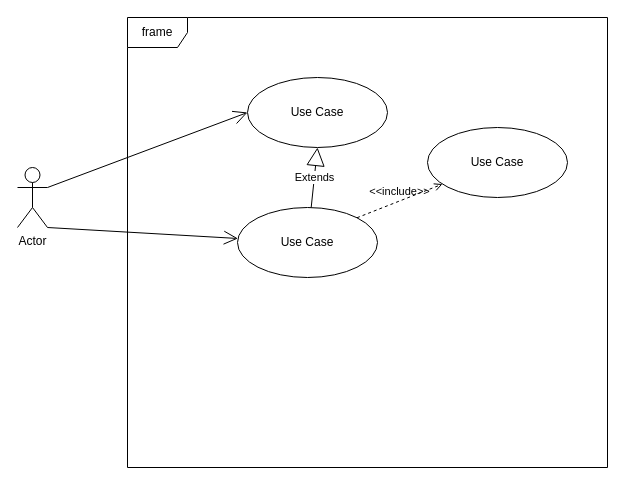
This is usecase/usercase_diagram.drawio from ManDev001/pfe_diagrams, a draw.io file, before an edit. Source tidied: cells renumbered, new cells numbered last; positions are measured from the earlier drawing's top-left corner, leaving out a move shared by most shapes. Both pictures are drawn from the tidied source at 100%, with x=0, y=0 at pixel (17, 17).
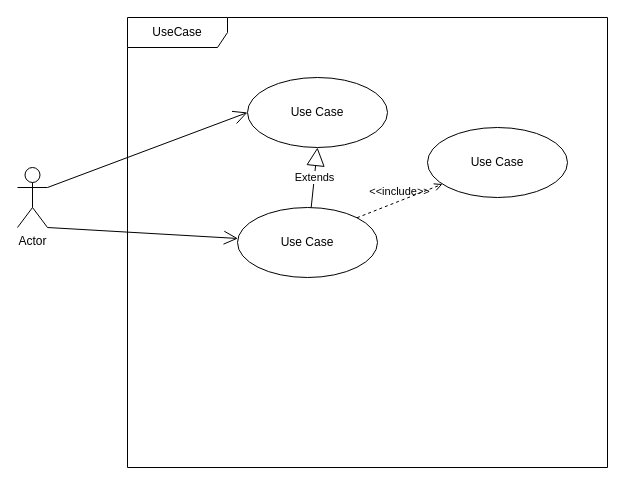
The same page after the edit.

The edit, as a diff of the source:
```diff
@@
 <mxGraphModel>
   <root>
     <mxCell id="0" />
     <mxCell id="1" parent="0" />
-    <mxCell id="2" value="frame" style="shape=umlFrame;whiteSpace=wrap;html=1;" parent="1" vertex="1">
+    <mxCell id="2" value="UseCase" style="shape=umlFrame;whiteSpace=wrap;html=1;width=100;height=30;" parent="1" vertex="1">
       <mxGeometry x="110" width="480" height="450" as="geometry" />
     </mxCell>
     <mxCell id="3" value="Actor" style="shape=umlActor;verticalLabelPosition=bottom;labelBackgroundColor=#ffffff;verticalAlign=top;html=1;outlineConnect=0;" parent="1" vertex="1">
       <mxGeometry y="150" width="30" height="60" as="geometry" />
     </mxCell>
     <mxCell id="4" value="Use Case" style="ellipse;whiteSpace=wrap;html=1;" parent="1" vertex="1">
       <mxGeometry x="230" y="60" width="140" height="70" as="geometry" />
     </mxCell>
     <mxCell id="5" value="Use Case" style="ellipse;whiteSpace=wrap;html=1;" parent="1" vertex="1">
       <mxGeometry x="220" y="190" width="140" height="70" as="geometry" />
     </mxCell>
     <mxCell id="6" style="endArrow=open;endFill=1;endSize=12;html=1;entryX=0;entryY=0.5;entryDx=0;entryDy=0;exitX=1;exitY=0.3333333333333333;exitDx=0;exitDy=0;exitPerimeter=0;" parent="1" edge="1" source="3" target="4">
       <mxGeometry relative="1" as="geometry" />
     </mxCell>
     <mxCell id="7" style="endArrow=open;endFill=1;endSize=12;html=1;exitX=1;exitY=1;exitDx=0;exitDy=0;exitPerimeter=0;" parent="1" edge="1" source="3" target="5">
       <mxGeometry relative="1" as="geometry" />
     </mxCell>
     <mxCell id="8" value="Extends" style="endArrow=block;endSize=16;endFill=0;html=1;entryX=0.5;entryY=1;entryDx=0;entryDy=0;" parent="1" edge="1" source="5" target="4">
       <mxGeometry relative="1" as="geometry" />
     </mxCell>
     <mxCell id="9" value="Use Case" style="ellipse;whiteSpace=wrap;html=1;" parent="1" vertex="1">
       <mxGeometry x="410" y="110" width="140" height="70" as="geometry" />
     </mxCell>
     <mxCell id="10" value="&amp;lt;&amp;lt;include&amp;gt;&amp;gt;" style="edgeStyle=none;html=1;endArrow=open;verticalAlign=bottom;dashed=1;labelBackgroundColor=none;exitX=1;exitY=0;exitDx=0;exitDy=0;" parent="1" edge="1" source="5" target="9">
       <mxGeometry relative="1" as="geometry" />
     </mxCell>
   </root>
 </mxGraphModel>
```
